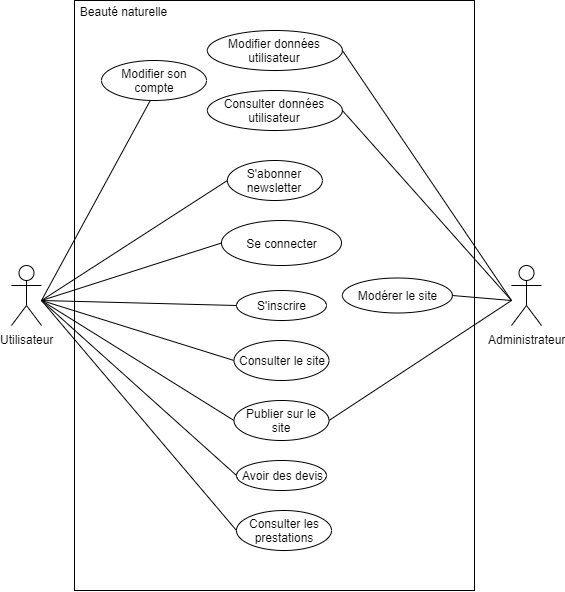
Above: 1_Analyse/4_UML/Beaute_naturelle.png in OlivierR68/beaute-naturelle.fr (draw.io), before the change. Source tidied: cells renumbered, new cells last; positions are measured from the earlier drawing's top-left corner, leaving out a move shared by most shapes.
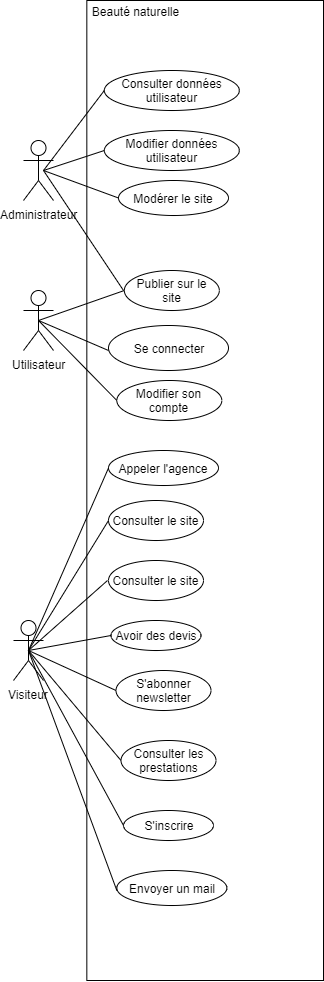
The same file after the commit.

Commit message:
UML Ajout user, admin. Modif visiteur

The edit, as a diff of the source:
```diff
@@ -3,109 +3,126 @@
     <mxCell id="0" />
     <mxCell id="1" parent="0" />
     <mxCell id="2" style="rounded=0;whiteSpace=wrap;html=1;align=left;" parent="1" vertex="1">
-      <mxGeometry x="63" width="400" height="590" as="geometry" />
+      <mxGeometry x="63.3" width="236.7" height="980" as="geometry" />
     </mxCell>
     <mxCell id="3" value="Beauté naturelle" style="text;html=1;strokeColor=none;fillColor=none;align=center;verticalAlign=middle;whiteSpace=wrap;rounded=0;" parent="1" vertex="1">
       <mxGeometry x="63" y="0.7" width="97" height="20" as="geometry" />
     </mxCell>
     <mxCell id="4" value="Utilisateur" style="shape=umlActor;verticalLabelPosition=bottom;labelBackgroundColor=#ffffff;verticalAlign=top;html=1;outlineConnect=0;" parent="1" vertex="1">
-      <mxGeometry y="265" width="30" height="60" as="geometry" />
+      <mxGeometry y="290" width="30" height="60" as="geometry" />
     </mxCell>
     <mxCell id="5" value="Se connecter" style="ellipse;whiteSpace=wrap;html=1;" parent="1" vertex="1">
-      <mxGeometry x="210" y="220" width="120" height="45" as="geometry" />
+      <mxGeometry x="85" y="325" width="120" height="45" as="geometry" />
     </mxCell>
     <mxCell id="6" value="S'inscrire" style="ellipse;whiteSpace=wrap;html=1;" parent="1" vertex="1">
-      <mxGeometry x="225" y="290" width="90" height="30" as="geometry" />
+      <mxGeometry x="100" y="810" width="90" height="30" as="geometry" />
     </mxCell>
     <mxCell id="7" value="Avoir des devis" style="ellipse;whiteSpace=wrap;html=1;" parent="1" vertex="1">
-      <mxGeometry x="225" y="460" width="90" height="30" as="geometry" />
+      <mxGeometry x="87.5" y="620" width="90" height="30" as="geometry" />
     </mxCell>
     <mxCell id="8" value="Consulter les prestations" style="ellipse;whiteSpace=wrap;html=1;" parent="1" vertex="1">
-      <mxGeometry x="225" y="510" width="95" height="40" as="geometry" />
+      <mxGeometry x="97.5" y="740" width="95" height="40" as="geometry" />
     </mxCell>
     <mxCell id="9" value="S'abonner newsletter" style="ellipse;whiteSpace=wrap;html=1;" parent="1" vertex="1">
-      <mxGeometry x="215.9" y="160" width="95" height="40" as="geometry" />
+      <mxGeometry x="92.5" y="670" width="95" height="40" as="geometry" />
     </mxCell>
     <mxCell id="10" value="Consulter données utilisateur" style="ellipse;whiteSpace=wrap;html=1;" parent="1" vertex="1">
-      <mxGeometry x="195.9" y="90" width="135" height="40" as="geometry" />
+      <mxGeometry x="80.8" y="70" width="135" height="40" as="geometry" />
     </mxCell>
     <mxCell id="11" value="Modifier données utilisateur" style="ellipse;whiteSpace=wrap;html=1;" parent="1" vertex="1">
-      <mxGeometry x="195.9" y="30" width="135" height="40" as="geometry" />
+      <mxGeometry x="80.8" y="130" width="135" height="40" as="geometry" />
     </mxCell>
     <mxCell id="12" value="Publier sur le site" style="ellipse;whiteSpace=wrap;html=1;" parent="1" vertex="1">
-      <mxGeometry x="222.5" y="400" width="95" height="40" as="geometry" />
+      <mxGeometry x="100.8" y="270" width="95" height="40" as="geometry" />
     </mxCell>
     <mxCell id="13" value="Consulter le site" style="ellipse;whiteSpace=wrap;html=1;" parent="1" vertex="1">
-      <mxGeometry x="222.5" y="340" width="95" height="40" as="geometry" />
+      <mxGeometry x="85" y="500" width="95" height="40" as="geometry" />
     </mxCell>
     <mxCell id="14" value="Administrateur" style="shape=umlActor;verticalLabelPosition=bottom;labelBackgroundColor=#ffffff;verticalAlign=top;html=1;" parent="1" vertex="1">
-      <mxGeometry x="500" y="265" width="30" height="60" as="geometry" />
+      <mxGeometry y="140" width="30" height="60" as="geometry" />
     </mxCell>
-    <mxCell id="15" style="endArrow=none;html=1;entryX=0;entryY=0.5;entryDx=0;entryDy=0;" parent="1" edge="1" target="8">
-      <mxGeometry relative="1" as="geometry">
-        <mxPoint x="30" y="300" as="sourcePoint" />
-      </mxGeometry>
-    </mxCell>
-    <mxCell id="16" style="endArrow=none;html=1;entryX=0;entryY=0.5;entryDx=0;entryDy=0;" parent="1" edge="1" target="7">
-      <mxGeometry relative="1" as="geometry">
-        <mxPoint x="30" y="300" as="sourcePoint" />
-      </mxGeometry>
-    </mxCell>
-    <mxCell id="17" style="endArrow=none;html=1;entryX=0;entryY=0.5;entryDx=0;entryDy=0;" parent="1" edge="1" target="12">
-      <mxGeometry relative="1" as="geometry">
-        <mxPoint x="30" y="300" as="sourcePoint" />
-      </mxGeometry>
-    </mxCell>
-    <mxCell id="18" style="endArrow=none;html=1;entryX=0;entryY=0.5;entryDx=0;entryDy=0;" parent="1" edge="1" target="13">
-      <mxGeometry relative="1" as="geometry">
-        <mxPoint x="30" y="300" as="sourcePoint" />
-      </mxGeometry>
-    </mxCell>
-    <mxCell id="19" style="endArrow=none;html=1;entryX=0;entryY=0.5;entryDx=0;entryDy=0;" parent="1" edge="1" target="6">
-      <mxGeometry relative="1" as="geometry">
-        <mxPoint x="30" y="300" as="sourcePoint" />
-      </mxGeometry>
-    </mxCell>
-    <mxCell id="20" style="endArrow=none;html=1;entryX=0;entryY=0.5;entryDx=0;entryDy=0;" parent="1" edge="1" target="5">
-      <mxGeometry relative="1" as="geometry">
-        <mxPoint x="30" y="300" as="sourcePoint" />
-      </mxGeometry>
-    </mxCell>
-    <mxCell id="21" style="endArrow=none;html=1;entryX=0;entryY=0.5;entryDx=0;entryDy=0;" parent="1" edge="1" target="9">
-      <mxGeometry relative="1" as="geometry">
-        <mxPoint x="30" y="300" as="sourcePoint" />
-      </mxGeometry>
-    </mxCell>
-    <mxCell id="22" style="endArrow=none;html=1;exitX=1;exitY=0.5;exitDx=0;exitDy=0;" parent="1" edge="1" source="10">
-      <mxGeometry relative="1" as="geometry">
-        <mxPoint x="500" y="300" as="targetPoint" />
-      </mxGeometry>
-    </mxCell>
-    <mxCell id="23" style="endArrow=none;html=1;exitX=1;exitY=0.5;exitDx=0;exitDy=0;" parent="1" edge="1" source="11">
-      <mxGeometry relative="1" as="geometry">
-        <mxPoint x="500" y="300" as="targetPoint" />
-      </mxGeometry>
-    </mxCell>
     <mxCell id="24" value="Modifier son compte" style="ellipse;whiteSpace=wrap;html=1;" parent="1" vertex="1">
-      <mxGeometry x="90" y="60" width="105" height="40" as="geometry" />
+      <mxGeometry x="93.3" y="380" width="105" height="40" as="geometry" />
     </mxCell>
-    <mxCell id="25" style="endArrow=none;html=1;entryX=0.463;entryY=1.007;entryDx=0;entryDy=0;entryPerimeter=0;" parent="1" edge="1" target="24">
-      <mxGeometry relative="1" as="geometry">
-        <mxPoint x="30" y="300" as="sourcePoint" />
-      </mxGeometry>
-    </mxCell>
-    <mxCell id="26" style="endArrow=none;html=1;exitX=1;exitY=0.5;exitDx=0;exitDy=0;" parent="1" edge="1" source="12">
-      <mxGeometry relative="1" as="geometry">
-        <mxPoint x="500" y="300" as="targetPoint" />
-      </mxGeometry>
-    </mxCell>
     <mxCell id="27" value="Modérer le site" style="ellipse;whiteSpace=wrap;html=1;" parent="1" vertex="1">
-      <mxGeometry x="330.9" y="277.5" width="110" height="35" as="geometry" />
+      <mxGeometry x="95" y="180" width="110" height="35" as="geometry" />
     </mxCell>
-    <mxCell id="28" style="endArrow=none;html=1;exitX=1;exitY=0.5;exitDx=0;exitDy=0;" parent="1" edge="1" source="27">
-      <mxGeometry relative="1" as="geometry">
-        <mxPoint x="500" y="300" as="targetPoint" />
-      </mxGeometry>
-    </mxCell>
+    <mxCell id="29" value="Visiteur" style="shape=umlActor;verticalLabelPosition=bottom;labelBackgroundColor=#ffffff;verticalAlign=top;html=1;outlineConnect=0;" parent="1" vertex="1">
+      <mxGeometry x="-10" y="620" width="30" height="60" as="geometry" />
+    </mxCell>
+    <mxCell id="30" value="Consulter le site" style="ellipse;whiteSpace=wrap;html=1;" parent="1" vertex="1">
+      <mxGeometry x="85" y="560" width="95" height="40" as="geometry" />
+    </mxCell>
+    <mxCell id="31" value="Envoyer un mail" style="ellipse;whiteSpace=wrap;html=1;" parent="1" vertex="1">
+      <mxGeometry x="93.3" y="870" width="110" height="35" as="geometry" />
+    </mxCell>
+    <mxCell id="32" value="Appeler l'agence" style="ellipse;whiteSpace=wrap;html=1;" parent="1" vertex="1">
+      <mxGeometry x="85" y="450" width="110" height="35" as="geometry" />
+    </mxCell>
+    <mxCell id="33" style="endArrow=none;html=1;" parent="1" edge="1">
+      <mxGeometry relative="1" as="geometry">
+        <mxPoint x="20" y="170" as="sourcePoint" />
+        <mxPoint x="80.8" y="90" as="targetPoint" />
+      </mxGeometry>
+    </mxCell>
+    <mxCell id="34" style="endArrow=none;html=1;entryX=0;entryY=0.5;entryDx=0;entryDy=0;" parent="1" edge="1" target="11">
+      <mxGeometry relative="1" as="geometry">
+        <mxPoint x="20" y="170" as="sourcePoint" />
+      </mxGeometry>
+    </mxCell>
+    <mxCell id="35" style="endArrow=none;html=1;entryX=0;entryY=0.5;entryDx=0;entryDy=0;exitX=0.5;exitY=0.5;exitDx=0;exitDy=0;exitPerimeter=0;" parent="1" edge="1" source="29" target="32">
+      <mxGeometry relative="1" as="geometry" />
+    </mxCell>
+    <mxCell id="36" style="endArrow=none;html=1;exitX=0.5;exitY=0.5;exitDx=0;exitDy=0;exitPerimeter=0;" parent="1" edge="1" source="29">
+      <mxGeometry relative="1" as="geometry">
+        <mxPoint x="85" y="520" as="targetPoint" />
+      </mxGeometry>
+    </mxCell>
+    <mxCell id="37" style="endArrow=none;html=1;exitX=0.5;exitY=0.5;exitDx=0;exitDy=0;exitPerimeter=0;" parent="1" edge="1" source="29">
+      <mxGeometry relative="1" as="geometry">
+        <mxPoint x="84" y="580" as="targetPoint" />
+      </mxGeometry>
+    </mxCell>
+    <mxCell id="38" style="endArrow=none;html=1;entryX=0;entryY=0.5;entryDx=0;entryDy=0;exitX=0.5;exitY=0.5;exitDx=0;exitDy=0;exitPerimeter=0;" parent="1" edge="1" source="29" target="7">
+      <mxGeometry relative="1" as="geometry" />
+    </mxCell>
+    <mxCell id="39" style="endArrow=none;html=1;entryX=0;entryY=0.5;entryDx=0;entryDy=0;exitX=0.5;exitY=0.5;exitDx=0;exitDy=0;exitPerimeter=0;" parent="1" edge="1" source="29" target="9">
+      <mxGeometry relative="1" as="geometry" />
+    </mxCell>
+    <mxCell id="40" style="endArrow=none;html=1;exitX=0.5;exitY=0.5;exitDx=0;exitDy=0;exitPerimeter=0;" parent="1" edge="1" source="29">
+      <mxGeometry relative="1" as="geometry">
+        <mxPoint x="97.5" y="760" as="targetPoint" />
+      </mxGeometry>
+    </mxCell>
+    <mxCell id="41" style="endArrow=none;html=1;exitX=0.5;exitY=0.5;exitDx=0;exitDy=0;exitPerimeter=0;entryX=0;entryY=0.5;entryDx=0;entryDy=0;" parent="1" edge="1" source="29" target="6">
+      <mxGeometry relative="1" as="geometry" />
+    </mxCell>
+    <mxCell id="42" style="endArrow=none;html=1;exitX=0.5;exitY=0.5;exitDx=0;exitDy=0;exitPerimeter=0;" parent="1" edge="1" source="29">
+      <mxGeometry relative="1" as="geometry">
+        <mxPoint x="93.3" y="890" as="targetPoint" />
+      </mxGeometry>
+    </mxCell>
+    <mxCell id="43" style="endArrow=none;html=1;exitX=0.5;exitY=0.5;exitDx=0;exitDy=0;exitPerimeter=0;entryX=0;entryY=0.5;entryDx=0;entryDy=0;" parent="1" edge="1" source="4" target="24">
+      <mxGeometry relative="1" as="geometry" />
+    </mxCell>
+    <mxCell id="44" style="endArrow=none;html=1;entryX=0;entryY=0.5;entryDx=0;entryDy=0;exitX=0.5;exitY=0.5;exitDx=0;exitDy=0;exitPerimeter=0;" parent="1" edge="1" source="4">
+      <mxGeometry relative="1" as="geometry">
+        <mxPoint x="85" y="350" as="targetPoint" />
+      </mxGeometry>
+    </mxCell>
+    <mxCell id="45" style="endArrow=none;html=1;exitX=0.5;exitY=0.5;exitDx=0;exitDy=0;exitPerimeter=0;entryX=0;entryY=0.5;entryDx=0;entryDy=0;" parent="1" edge="1" source="4" target="12">
+      <mxGeometry relative="1" as="geometry" />
+    </mxCell>
+    <mxCell id="46" style="endArrow=none;html=1;entryX=0;entryY=0.5;entryDx=0;entryDy=0;" parent="1" edge="1" target="27">
+      <mxGeometry relative="1" as="geometry">
+        <mxPoint x="20" y="170" as="sourcePoint" />
+      </mxGeometry>
+    </mxCell>
+    <mxCell id="47" style="endArrow=none;html=1;" parent="1" edge="1">
+      <mxGeometry relative="1" as="geometry">
+        <mxPoint x="20" y="170" as="sourcePoint" />
+        <mxPoint x="100" y="290" as="targetPoint" />
+      </mxGeometry>
+    </mxCell>
   </root>
 </mxGraphModel>
```
